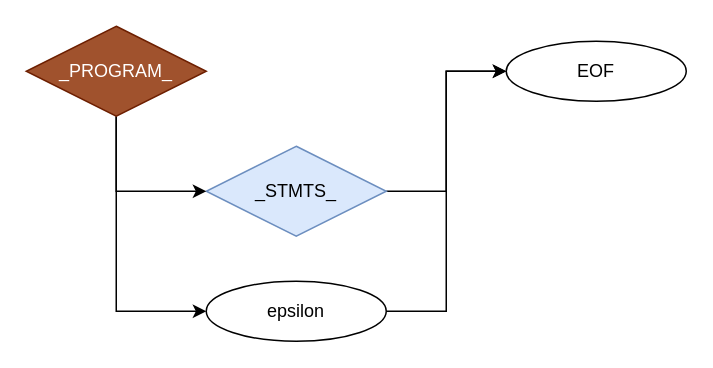
ZacharyYGateley/Compiler keeps this draw.io diagram as page "_PROGRAM_" (1 of 8) of CFG.drawio. Above is the earlier version. Source tidied: cells renumbered, new cells numbered last; positions are measured from the earlier drawing's top-left corner, leaving out a move shared by most shapes. Both pictures are drawn from the tidied source at 150%, with x=0, y=0 at pixel (26, 26).
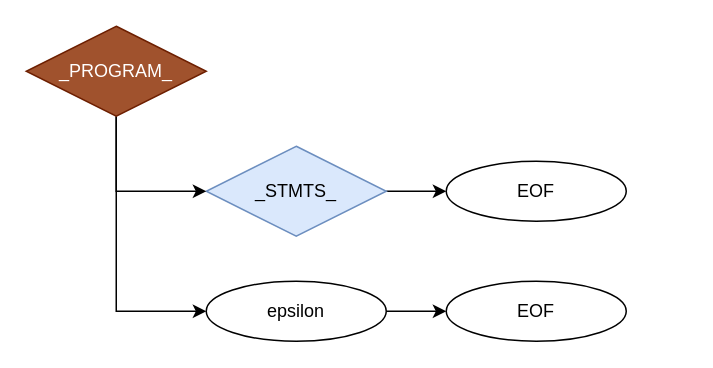
The same page after the edit.

Diff of the diagram source:
```diff
@@
 <mxGraphModel>
   <root>
     <mxCell id="0" />
     <mxCell id="1" parent="0" />
     <mxCell id="2" style="edgeStyle=orthogonalEdgeStyle;rounded=0;jettySize=auto;html=1;exitX=1;exitY=0.5;exitDx=0;exitDy=0;entryX=0;entryY=0.5;entryDx=0;entryDy=0;" parent="1" edge="1" source="3" target="9">
       <mxGeometry relative="1" as="geometry" />
     </mxCell>
     <mxCell id="3" value="_STMTS_" style="rhombus;whiteSpace=wrap;html=1;fillColor=#dae8fc;strokeColor=#6c8ebf;" parent="1" vertex="1">
       <mxGeometry x="120" y="80" width="120" height="60" as="geometry" />
     </mxCell>
     <mxCell id="4" style="edgeStyle=orthogonalEdgeStyle;rounded=0;jettySize=auto;html=1;exitX=0.5;exitY=1;exitDx=0;exitDy=0;entryX=0;entryY=0.5;entryDx=0;entryDy=0;" parent="1" edge="1" source="6" target="8">
       <mxGeometry relative="1" as="geometry" />
     </mxCell>
     <mxCell id="5" style="edgeStyle=orthogonalEdgeStyle;rounded=0;jettySize=auto;html=1;exitX=0.5;exitY=1;exitDx=0;exitDy=0;entryX=0;entryY=0.5;entryDx=0;entryDy=0;" parent="1" edge="1" source="6" target="3">
       <mxGeometry relative="1" as="geometry" />
     </mxCell>
     <mxCell id="6" value="_PROGRAM_" style="rhombus;whiteSpace=wrap;html=1;fillColor=#a0522d;strokeColor=#6D1F00;fontColor=#ffffff;" parent="1" vertex="1">
       <mxGeometry width="120" height="60" as="geometry" />
     </mxCell>
-    <mxCell id="7" style="edgeStyle=orthogonalEdgeStyle;rounded=0;jettySize=auto;html=1;exitX=1;exitY=0.5;exitDx=0;exitDy=0;entryX=0;entryY=0.5;entryDx=0;entryDy=0;" parent="1" edge="1" source="8" target="9">
-      <mxGeometry relative="1" as="geometry" />
-    </mxCell>
+    <mxCell id="10" style="edgeStyle=orthogonalEdgeStyle;rounded=0;jettySize=auto;html=1;exitX=1;exitY=0.5;exitDx=0;exitDy=0;entryX=0;entryY=0.5;entryDx=0;entryDy=0;" parent="1" edge="1" source="8" target="11">
+      <mxGeometry relative="1" as="geometry" />
+    </mxCell>
     <mxCell id="8" value="epsilon" style="ellipse;whiteSpace=wrap;html=1;" parent="1" vertex="1">
       <mxGeometry x="120" y="170" width="120" height="40" as="geometry" />
     </mxCell>
     <mxCell id="9" value="EOF" style="ellipse;whiteSpace=wrap;html=1;" parent="1" vertex="1">
-      <mxGeometry x="320" y="10" width="120" height="40" as="geometry" />
+      <mxGeometry x="280" y="90" width="120" height="40" as="geometry" />
     </mxCell>
+    <mxCell id="11" value="EOF" style="ellipse;whiteSpace=wrap;html=1;" parent="1" vertex="1">
+      <mxGeometry x="280" y="170" width="120" height="40" as="geometry" />
+    </mxCell>
   </root>
 </mxGraphModel>
```
